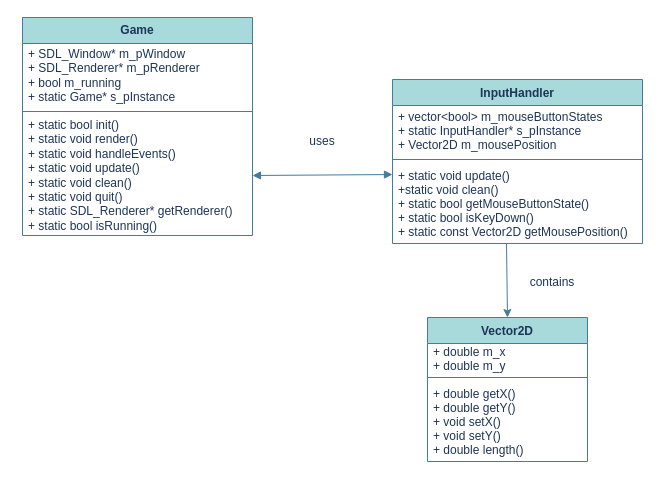
Earlier version of the draw.io diagram class-diagram.drawio (ThapeloSeletisha/SDL-Game_States). Source tidied: cells renumbered, new cells numbered last; positions are measured from the earlier drawing's top-left corner, leaving out a move shared by most shapes. Both pictures are drawn from the tidied source at 100%, with x=0, y=0 at pixel (22, 17).
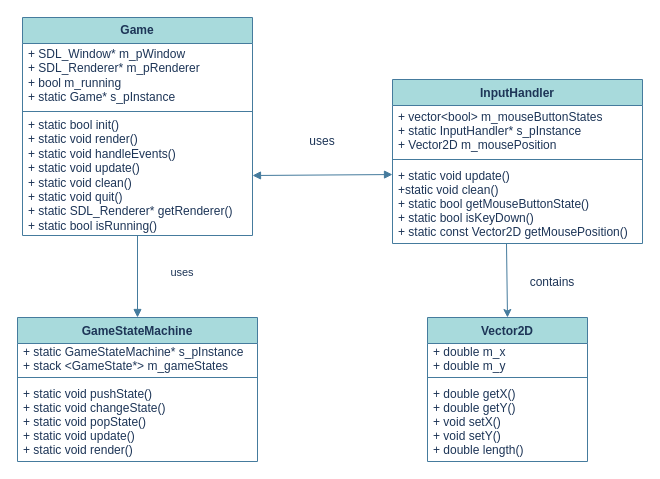
Above is the later version.

The change refers to these unchanged cells:
```xml
<mxCell id="5" value="+ static bool init()&#10;+ static void render()&#10;+ static void handleEvents()&#10;+ static void update()&#10;+ static void clean()&#10;+ static void quit()&#10;+ static SDL_Renderer* getRenderer()&#10;+ static bool isRunning()" style="text;strokeColor=none;fillColor=none;align=left;verticalAlign=middle;spacingLeft=4;spacingRight=4;overflow=hidden;points=[[0,0.5],[1,0.5]];portConstraint=eastwest;whiteSpace=wrap;fontColor=#1D3557;" parent="2" vertex="1">
  <mxGeometry y="98" width="230" height="120" as="geometry" />
</mxCell>
```

Change to the diagram source:
```diff
@@
+    <mxCell id="18" value="GameStateMachine" style="swimlane;fontStyle=1;align=center;verticalAlign=middle;horizontal=1;startSize=26;fillColor=#A8DADC;strokeColor=#457B9D;fontColor=#1D3557;" parent="1" vertex="1">
+      <mxGeometry x="-5" y="300" width="240" height="144" as="geometry" />
+    </mxCell>
+    <mxCell id="19" value="+ static GameStateMachine* s_pInstance&#10;+ stack &lt;GameState*&gt; m_gameStates" style="text;strokeColor=none;fillColor=none;align=left;verticalAlign=middle;spacingLeft=4;spacingRight=4;overflow=hidden;fontColor=#1D3557;" parent="18" vertex="1">
+      <mxGeometry y="26" width="240" height="30" as="geometry" />
+    </mxCell>
+    <mxCell id="20" style="line;strokeWidth=1;fillColor=none;align=left;verticalAlign=middle;spacingTop=-1;spacingLeft=3;spacingRight=3;labelPosition=right;strokeColor=#457B9D;fontColor=#1D3557;labelBackgroundColor=#F1FAEE;" parent="18" vertex="1">
+      <mxGeometry y="56" width="240" height="8" as="geometry" />
+    </mxCell>
+    <mxCell id="21" value="+ static void pushState()&#10;+ static void changeState()&#10;+ static void popState()&#10;+ static void update()&#10;+ static void render()" style="text;strokeColor=none;fillColor=none;align=left;verticalAlign=middle;spacingLeft=4;spacingRight=4;overflow=hidden;fontColor=#1D3557;" parent="18" vertex="1">
+      <mxGeometry y="64" width="240" height="80" as="geometry" />
+    </mxCell>
+    <mxCell id="22" style="endArrow=block;endFill=1;html=1;align=left;verticalAlign=middle;fontFamily=Helvetica;fontSize=12;fontColor=#1D3557;fillColor=none;strokeColor=#457B9D;strokeWidth=1;labelBackgroundColor=#F1FAEE;spacingTop=-1;spacingLeft=3;spacingRight=3;entryX=0.5;entryY=0;entryDx=0;entryDy=0;" parent="1" edge="1" source="5" target="18">
+      <mxGeometry x="-1" relative="1" as="geometry" />
+    </mxCell>
+    <mxCell id="23" value="uses" style="text;html=1;strokeColor=none;fillColor=none;align=center;verticalAlign=middle;whiteSpace=wrap;rounded=0;fontFamily=Helvetica;fontSize=11;fontColor=#1D3557;startSize=26;" parent="1" vertex="1">
+      <mxGeometry x="130" y="240" width="60" height="30" as="geometry" />
+    </mxCell>
```
